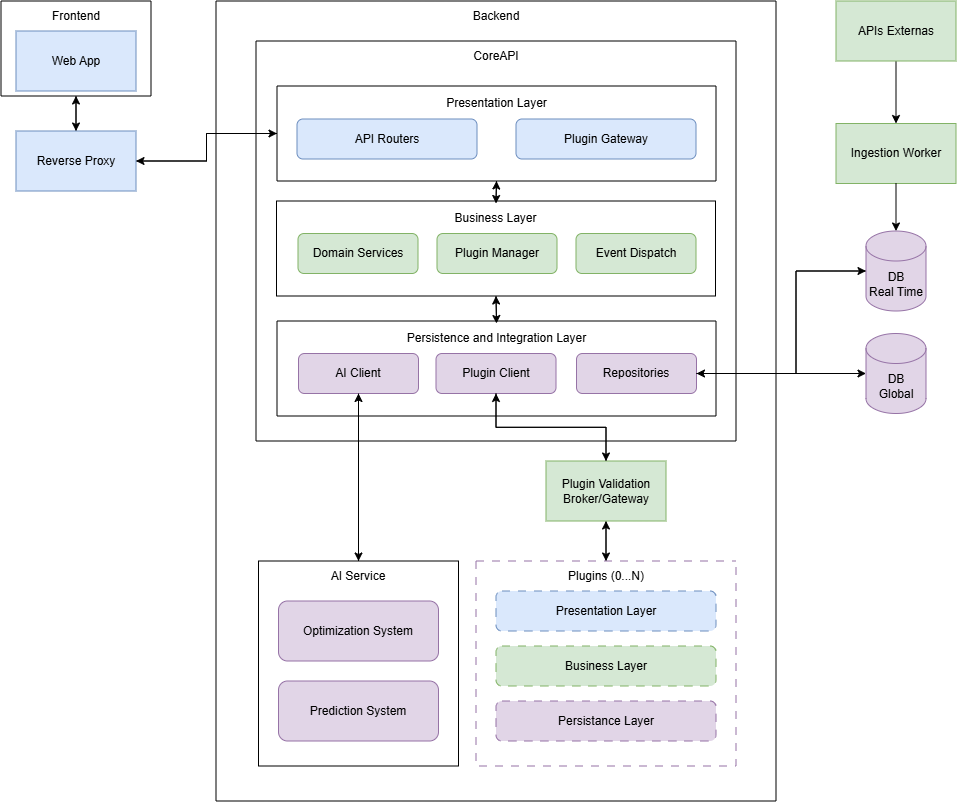
Above: docs/assets/PEIArch.png in Ad-Omnia/ad-omnia.github.io (draw.io), before the change. Source tidied: cells renumbered, new cells last; positions are measured from the earlier drawing's top-left corner, leaving out a move shared by most shapes.
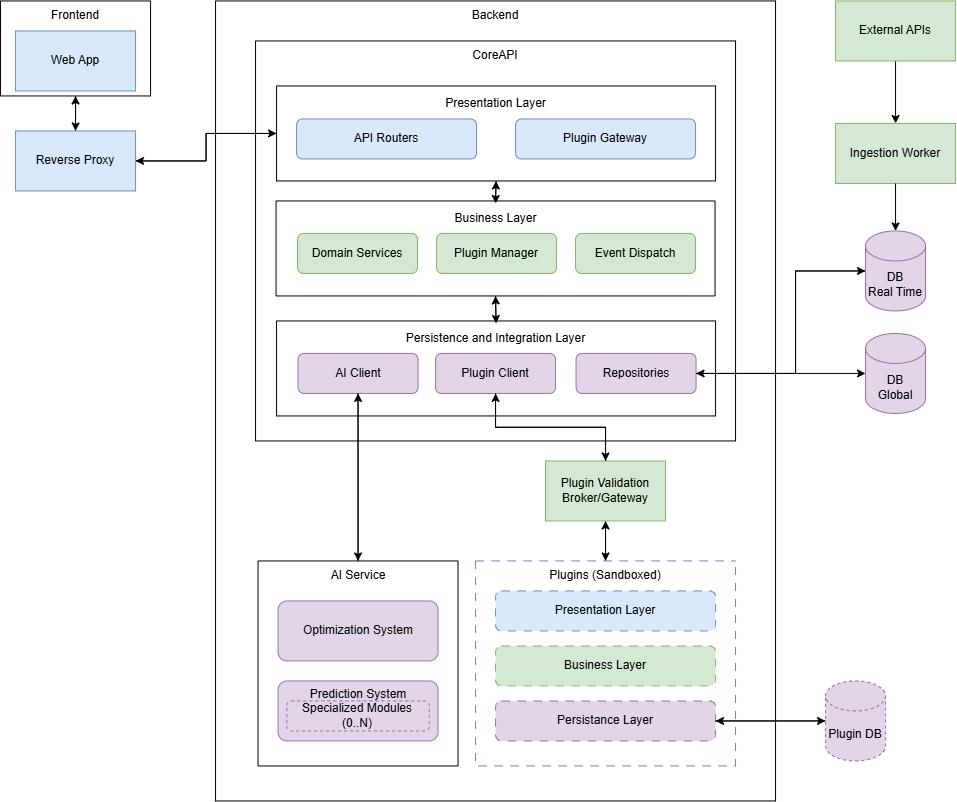
After the commit.

Commit message:
Some Requirement Changes + Updated Arch Diagram

Change to the diagram source:
```diff
@@ -28,7 +28,7 @@
     <mxCell id="8" style="edgeStyle=orthogonalEdgeStyle;rounded=0;jettySize=auto;html=1;exitX=0.5;exitY=1;exitDx=0;exitDy=0;entryX=0.5;entryY=0;entryDx=0;entryDy=0;" parent="1" edge="1" source="9" target="48">
       <mxGeometry relative="1" as="geometry" />
     </mxCell>
-    <mxCell id="9" value="APIs Externas" style="rounded=0;whiteSpace=wrap;html=1;fillColor=#d5e8d4;strokeColor=#82b366;" parent="1" vertex="1">
+    <mxCell id="9" value="External APIs" style="rounded=0;whiteSpace=wrap;html=1;fillColor=#d5e8d4;strokeColor=#82b366;" parent="1" vertex="1">
       <mxGeometry x="835" width="120" height="60" as="geometry" />
     </mxCell>
     <mxCell id="10" style="swimlane;startSize=0;" parent="1" vertex="1">
@@ -103,7 +103,7 @@
     <mxCell id="33" style="swimlane;startSize=0;dashed=1;dashPattern=8 8;fillColor=#e1d5e7;strokeColor=#9673a6;swimlaneLine=0;gradientColor=none;swimlaneFillColor=none;" parent="10" vertex="1">
       <mxGeometry x="260" y="560" width="260" height="205" as="geometry" />
     </mxCell>
-    <mxCell id="34" value="Plugins (0...N)" style="text;html=1;whiteSpace=wrap;strokeColor=none;fillColor=none;align=center;verticalAlign=middle;rounded=0;" parent="33" vertex="1">
+    <mxCell id="34" value="Plugins (Sandboxed)" style="text;html=1;whiteSpace=wrap;strokeColor=none;fillColor=none;align=center;verticalAlign=middle;rounded=0;" parent="33" vertex="1">
       <mxGeometry width="260" height="30" as="geometry" />
     </mxCell>
     <mxCell id="35" value="Persistance Layer" style="rounded=1;whiteSpace=wrap;html=1;dashed=1;dashPattern=8 8;fillColor=#e1d5e7;strokeColor=#9673a6;roundedPerimeter=1;" parent="33" vertex="1">
@@ -139,9 +139,12 @@
     <mxCell id="45" value="Optimization System" style="rounded=1;whiteSpace=wrap;html=1;roundedPerimeter=1;fillColor=#e1d5e7;strokeColor=#9673a6;" parent="43" vertex="1">
       <mxGeometry x="20" y="40" width="160" height="60" as="geometry" />
     </mxCell>
-    <mxCell id="46" value="Prediction System" style="rounded=1;whiteSpace=wrap;html=1;roundedPerimeter=1;fillColor=#e1d5e7;strokeColor=#9673a6;" parent="43" vertex="1">
+    <mxCell id="46" value="Prediction System" style="rounded=1;whiteSpace=wrap;html=1;roundedPerimeter=1;fillColor=#e1d5e7;strokeColor=#9673a6;verticalAlign=top;" parent="43" vertex="1">
       <mxGeometry x="20" y="120" width="160" height="60" as="geometry" />
     </mxCell>
+    <mxCell id="57" value="Specialized Modules (0..N)" style="rounded=1;whiteSpace=wrap;html=1;roundedPerimeter=1;fillColor=#e1d5e7;strokeColor=#9673a6;dashed=1;" parent="43" vertex="1">
+      <mxGeometry x="28.8" y="140" width="142.5" height="30" as="geometry" />
+    </mxCell>
     <mxCell id="47" style="edgeStyle=orthogonalEdgeStyle;rounded=0;jettySize=auto;html=1;exitX=0.5;exitY=1;exitDx=0;exitDy=0;entryX=0.5;entryY=0;entryDx=0;entryDy=0;" parent="10" edge="1" source="29" target="44">
       <mxGeometry relative="1" as="geometry" />
     </mxCell>
@@ -177,5 +180,14 @@
     <mxCell id="56" value="Frontend" style="text;html=1;whiteSpace=wrap;strokeColor=none;fillColor=none;align=center;verticalAlign=middle;rounded=0;" parent="54" vertex="1">
       <mxGeometry width="150" height="30" as="geometry" />
     </mxCell>
+    <mxCell id="58" style="edgeStyle=orthogonalEdgeStyle;rounded=0;jettySize=auto;html=1;exitX=0;exitY=0.5;exitDx=0;exitDy=0;exitPerimeter=0;entryX=1;entryY=0.5;entryDx=0;entryDy=0;" parent="1" edge="1" source="59" target="35">
+      <mxGeometry relative="1" as="geometry" />
+    </mxCell>
+    <mxCell id="59" value="Plugin DB" style="shape=cylinder3;whiteSpace=wrap;html=1;boundedLbl=1;backgroundOutline=1;size=15;fillColor=#e1d5e7;strokeColor=#9673a6;dashed=1;" parent="1" vertex="1">
+      <mxGeometry x="825" y="680" width="60" height="80" as="geometry" />
+    </mxCell>
+    <mxCell id="60" style="edgeStyle=orthogonalEdgeStyle;rounded=0;jettySize=auto;html=1;exitX=1;exitY=0.5;exitDx=0;exitDy=0;entryX=0;entryY=0.5;entryDx=0;entryDy=0;entryPerimeter=0;" parent="1" edge="1" source="35" target="59">
+      <mxGeometry relative="1" as="geometry" />
+    </mxCell>
   </root>
 </mxGraphModel>
```
